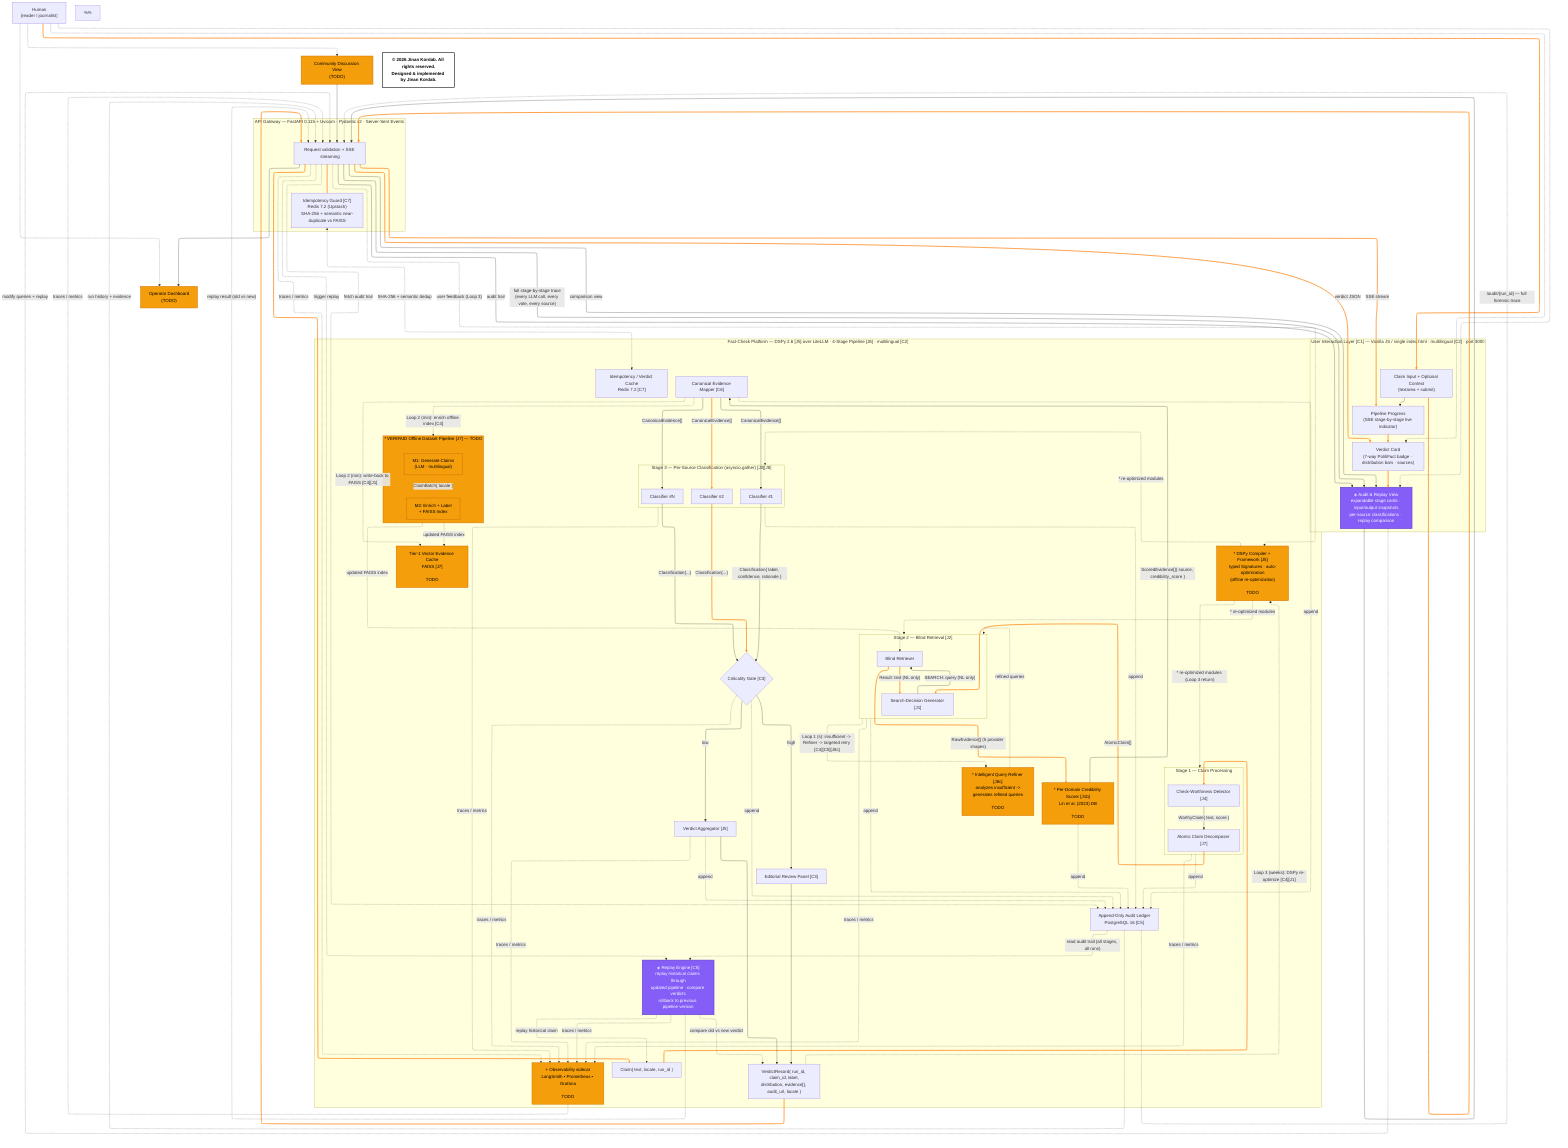
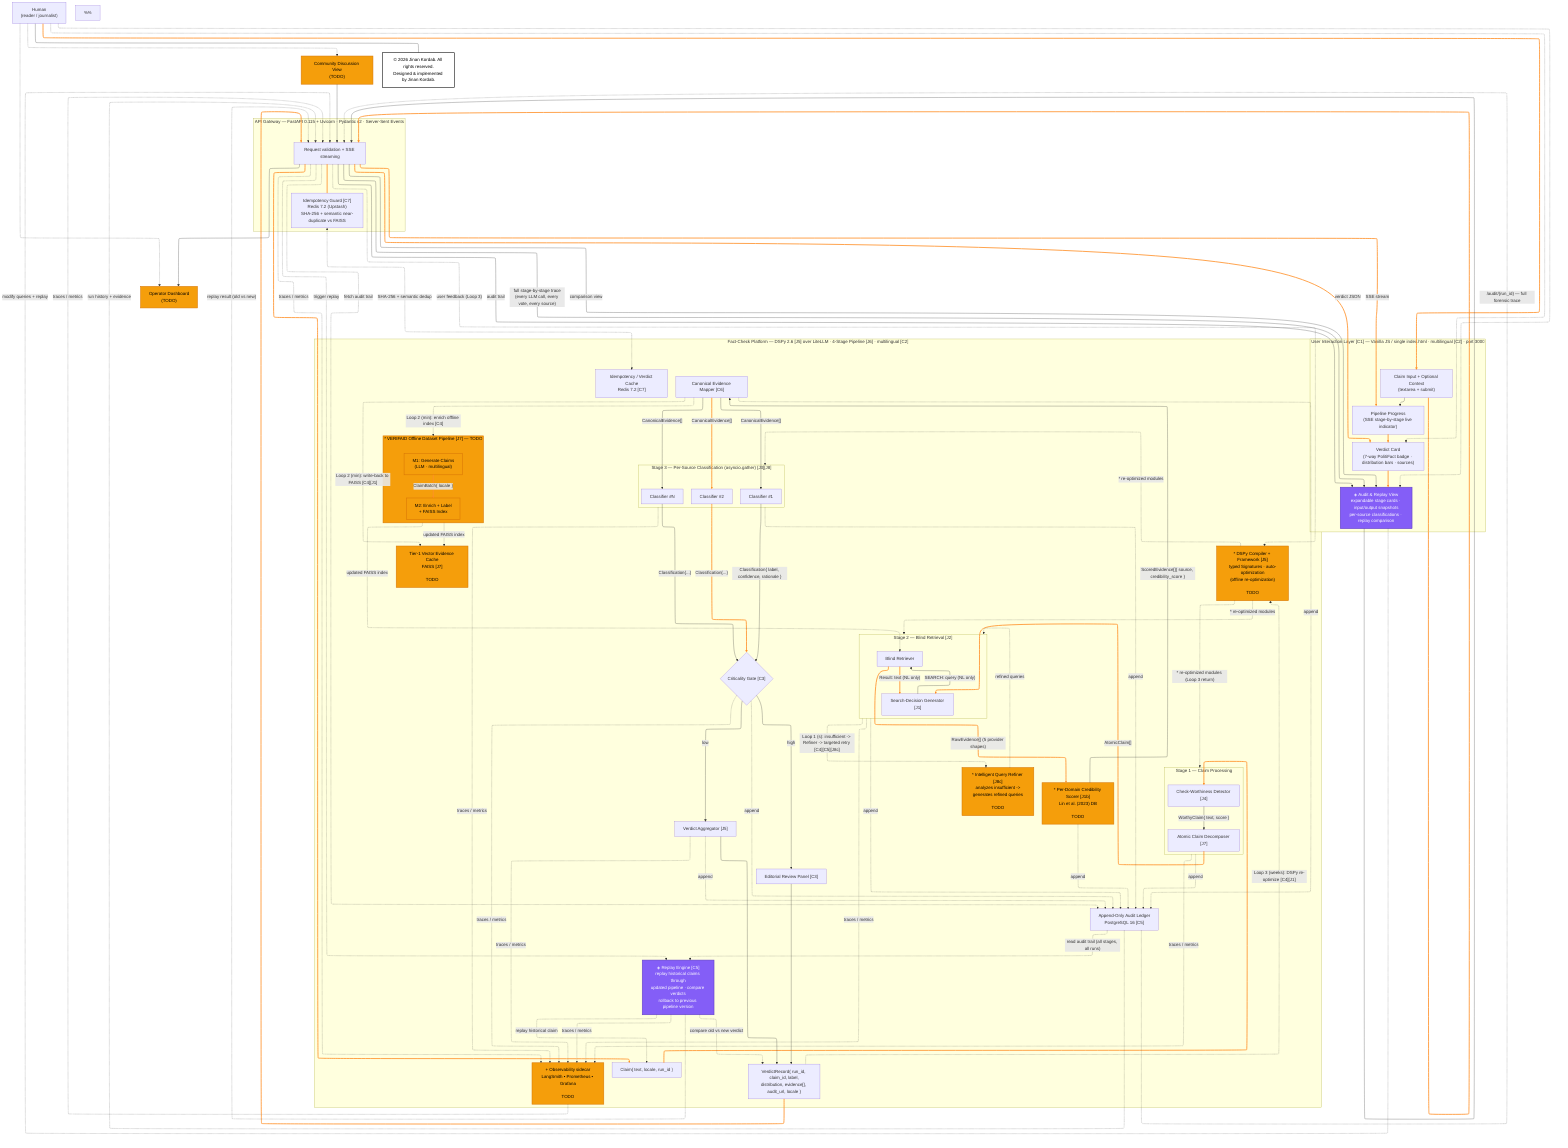
---
config:
  layout: elk
---
flowchart TB
  %% ═══════════════════════════════════════════════════════════
  %% OUTER LAYER 1 — USER (from Levels 0, 0.1)
  %% ═══════════════════════════════════════════════════════════
  H["Human<br/>(reader / journalist)"]

  %% ═══════════════════════════════════════════════════════════
  %% OUTER LAYER 2 — USER INTERACTION LAYER
  %%   Single-page vanilla JS (index.html) · EN/FR toggle [C2]
  %%   Served via Python http.server on port 3000
  %% ═══════════════════════════════════════════════════════════
  subgraph UIL["User Interaction Layer [C1] — Vanilla JS / single index.html · multilingual [C2] · port 3000"]
    UI_CLAIM["Claim Input + Optional Context<br/>(textarea + submit)"]
    UI_PROGRESS["Pipeline Progress<br/>(SSE stage-by-stage live indicator)"]
    UI_VERDICT["Verdict Card<br/>(7-way PolitiFact badge · distribution bars · sources)"]
    UI_AUDIT["◈ Audit & Replay View<br/>expandable stage cards · input/output snapshots<br/>per-source classifications · replay comparison"]
    UI_CLAIM --> UI_PROGRESS --> UI_VERDICT
    UI_VERDICT --> UI_AUDIT
  end

  %% ═══════════════════════════════════════════════════════════
  %% OUTER LAYER 3 — API GATEWAY (from Levels 0.2, 0.3)
  %%   Request validation, SSE streaming, idempotency [C7]
  %% ═══════════════════════════════════════════════════════════
  subgraph GW["API Gateway — FastAPI 0.115 + Uvicorn · Pydantic v2 · Server-Sent Events"]
    API["Request validation + SSE streaming"]
    IDEMP["Idempotency Guard [C7]<br/>Redis 7.2 (Upstash)<br/>SHA-256 + semantic near-duplicate vs FAISS"]
    API --- IDEMP
  end

  %% ═══════════════════════════════════════════════════════════
  %% CORE — FULL PIPELINE (from Levels 1 through 2.6)
  %%   Every architectural jewel from selected-jewels.md
  %%   Every cross-cutting change [C1]–[C7]
  %% ═══════════════════════════════════════════════════════════
  subgraph PIPE["Fact-Check Platform — DSPy 2.6 [J5] over LiteLLM · 4-Stage Pipeline [J6] · multilingual [C2]"]
    L26_IN["Claim{ text, locale, run_id }"]
    subgraph L26_S1["Stage 1 — Claim Processing"]
      L26_S1a["Check-Worthiness Detector [J4]"]
      L26_S1b["Atomic Claim Decomposer [J7]"]
      L26_S1a -- "WorthyClaim{ text, score }" --> L26_S1b
    end
    subgraph L26_S2["Stage 2 — Blind Retrieval [J2]"]
      L26_GEN["Search-Decision Generator [J1]"]
      L26_RET["Blind Retriever"]
      L26_GEN -- "SEARCH: query (NL only)" --> L26_RET
      L26_RET -- "Result: text (NL only)" --> L26_GEN
    end
    L26_CRED["* Per-Domain Credibility Scorer [J1b]<br/>Lin et al. (2023) DB<br/><br/>TODO"]
    L26_REFINE["* Intelligent Query Refiner [J8c]<br/>analyzes insufficient -><br/>generates refined queries<br/><br/>TODO"]
    L26_MAP["Canonical Evidence Mapper [C6]"]
    subgraph L26_S3["Stage 3 — Per-Source Classification (asyncio.gather) [J3][J8]"]
      L26_F1["Classifier #1"]
      L26_F2["Classifier #2"]
      L26_FN["Classifier #N"]
    end
    L26_CG{"Criticality Gate [C3]"}
    L26_VA["Verdict Aggregator [J5]"]
    L26_HR["Editorial Review Panel [C3]"]
    subgraph L26_OFF["* VERIFAID Offline Dataset Pipeline [J7] — TODO"]
      L26_OFF_M1["M1: Generate Claims<br/>(LLM · multilingual)"]
      L26_OFF_M2["M2: Enrich + Label<br/>+ FAISS Index"]
      L26_OFF_M1 -- "ClaimBatch{ locale }" --> L26_OFF_M2
    end
    L26_OUT["VerdictRecord{ run_id, claim_id, label,<br/>distribution, evidence[], audit_url, locale }"]
    L26_PG["Append-Only Audit Ledger<br/>PostgreSQL 16 [C5]"]
    L26_FAISS["Tier-1 Vector Evidence Cache<br/>FAISS [J7]<br/><br/>TODO"]
    L26_REDIS["Idempotency / Verdict Cache<br/>Redis 7.2 [C7]"]
    L26_DSPY["* DSPy Compiler + Framework [J5]<br/>typed Signatures · auto-optimization<br/>(offline re-optimization)<br/><br/>TODO"]
    L26_OBS["+ Observability sidecar<br/>LangSmith • Prometheus • Grafana<br/><br/>TODO"]
    L26_REPLAY["◈ Replay Engine [C5]<br/>replay historical claims through<br/>updated pipeline · compare verdicts<br/>rollback to previous pipeline version"]

    %% --- Pipeline internal edges (from Level 2.6) ---
    L26_IN --> L26_S1a
    L26_S1b -- "AtomicClaim[]" --> L26_GEN
    L26_RET -- "RawEvidence[] (5 provider shapes)" --> L26_CRED
    L26_CRED -- "ScoredEvidence[]{ source, credibility_score }" --> L26_MAP
    L26_MAP -- "CanonicalEvidence[]" --> L26_F1
    L26_MAP -- "CanonicalEvidence[]" --> L26_F2
    L26_MAP -- "CanonicalEvidence[]" --> L26_FN
    L26_F1 -- "Classification{ label, confidence, rationale }" --> L26_CG
    L26_F2 -- "Classification{...}" --> L26_CG
    L26_FN -- "Classification{...}" --> L26_CG
    L26_CG -- low --> L26_VA --> L26_OUT
    L26_CG -- high --> L26_HR --> L26_OUT

    %% --- Persistence write points ---
    L26_S1 -. append .-> L26_PG
    L26_S2 -. append .-> L26_PG
    L26_CRED -. append .-> L26_PG
    L26_MAP -. append .-> L26_PG
    L26_S3 -. append .-> L26_PG
    L26_CG -. append .-> L26_PG
    L26_VA -. append .-> L26_PG

    %% --- Feedback loops ---
    L26_S2 -. "Loop 1 (s): insufficient -> Refiner -> targeted retry [C4][C5][J8c]" .-> L26_REFINE
    L26_REFINE -. "refined queries" .-> L26_S2
    L26_MAP -. "Loop 2 (min): write-back to FAISS [C4][J1]" .-> L26_FAISS
    L26_MAP -. "Loop 2 (min): enrich offline index [C4]" .-> L26_OFF
    L26_OFF -. "updated FAISS index" .-> L26_FAISS
    L26_OFF -. "updated FAISS index" .-> L26_RET
    L26_OUT -. "Loop 3 (weeks): DSPy re-optimize [C4][J1]" .-> L26_DSPY
    L26_DSPY -. "* re-optimized modules (Loop 3 return)" .-> L26_S1
    L26_DSPY -. "* re-optimized modules" .-> L26_S2
    L26_DSPY -. "* re-optimized modules" .-> L26_S3

    %% --- Replay capability (time-travel) ---
    L26_PG -. "read audit trail (all stages, all runs)" .-> L26_REPLAY
    L26_REPLAY -. "replay historical claim" .-> L26_IN
    L26_REPLAY -. "compare old vs new verdict" .-> L26_OUT

    %% --- Observability ---
    L26_S1 -. traces / metrics .-> L26_OBS
    L26_S2 -. traces / metrics .-> L26_OBS
    L26_S3 -. traces / metrics .-> L26_OBS
    L26_CG -. traces / metrics .-> L26_OBS
    L26_VA -. traces / metrics .-> L26_OBS
    L26_REPLAY -. traces / metrics .-> L26_OBS
  end

  %% ═══════════════════════════════════════════════════════════
  %% EDGES — OUTER LAYERS ↔ PIPELINE
  %%   These are the connections established in Levels 0-1
  %%   that were invisible in the LEVEL26 deep zoom
  %% ═══════════════════════════════════════════════════════════

  %% Request path: Human → UI → Gateway → Pipeline
  H --> UI_CLAIM
  UI_CLAIM --> API
  API --> L26_IN

  %% Response path: Pipeline → Gateway → UI → Human
  L26_OUT --> API
  API -- "SSE stream" --> UI_PROGRESS
  API -- "verdict JSON" --> UI_VERDICT
  H -.-> UI_VERDICT

  %% Audit trail read path: Journalists / users access immutable ledger
  L26_PG -. "/audit/{run_id} — full forensic trace" .-> API
  API -- "audit trail" --> UI_AUDIT

  %% Audit & Replay View (full replay user interface)
  H -.-> UI_AUDIT
  UI_AUDIT --> API
  API -- "full stage-by-stage trace<br/>(every LLM call, every vote, every source)" --> UI_AUDIT
  API -. "fetch audit trail" .-> L26_PG
  L26_PG -. "run history + evidence" .-> API
  UI_AUDIT -. "modify queries + replay" .-> API
  API -. "trigger replay" .-> L26_REPLAY
  L26_REPLAY -. "replay result (old vs new)" .-> API
  API -- "comparison view" --> UI_AUDIT

  %% Community discussion / Operator dashboard — PLANNED (TODO)
  UI3_TODO["Community Discussion View<br/>(TODO)"]
  UI4_TODO["Operator Dashboard<br/>(TODO)"]
  H -.-> UI3_TODO
  H -.-> UI4_TODO
  UI3_TODO --> API
  L26_OBS -. "traces / metrics" .-> API
  API --> UI4_TODO
  API -. "user feedback (Loop 3)" .-> L26_DSPY

  %% Gateway idempotency ↔ Redis verdict cache (same Redis instance)
  IDEMP <-. "SHA-256 + semantic dedup" .-> L26_REDIS

  %% Gateway observability
  API -. traces / metrics .-> L26_OBS

  %% ═══════════════════════════════════════════════════════════
  %% COLOR CODING
  %%   🟢 Green = implemented & working
  %%   🟡 Yellow/amber = partially implemented (stub exists)
  %%   🔵 Purple = replay capability
  %%   TODO markers on items planned for future phases
  %% ═══════════════════════════════════════════════════════════
  classDef implemented fill:#2f9e44,stroke:#1b6e2b,color:#fff,stroke-width:2px
  classDef todo fill:#f59e0b,stroke:#d97706,color:#000,stroke-width:2px
  classDef replay fill:#845ef7,stroke:#5f3dc4,color:#fff,stroke-width:2px
  class L26_CRED,L26_REFINE,L26_OFF,L26_OFF_M1,L26_OFF_M2,L26_DSPY,L26_FAISS,L26_OBS,UI3_TODO,UI4_TODO todo
  class L26_REPLAY,UI_AUDIT replay

  %% ═══════════════════════════════════════════════════════════
  %% HAPPY PATH — single claim submission → verdict response
  %%   🟠 Orange trace: follow one claim end-to-end
  %% ═══════════════════════════════════════════════════════════
  linkStyle 48 stroke:#ff922b,stroke-width:3px
  linkStyle 49 stroke:#ff922b,stroke-width:3px
  linkStyle 50 stroke:#ff922b,stroke-width:3px
  linkStyle 6 stroke:#ff922b,stroke-width:3px
  linkStyle 1 stroke:#ff922b,stroke-width:3px
  linkStyle 7 stroke:#ff922b,stroke-width:3px
  linkStyle 2 stroke:#ff922b,stroke-width:3px
  linkStyle 3 stroke:#ff922b,stroke-width:3px
  linkStyle 8 stroke:#ff922b,stroke-width:3px
  linkStyle 9 stroke:#ff922b,stroke-width:3px

  %% ═══════════════════════════════════════════════════════════
  %% COPYRIGHT
  %% ═══════════════════════════════════════════════════════════
-   COPYRIGHT["<b>© 2026 Jinan Kordab. All rights reserved.<br/>Designed &amp; implemented by Jinan Kordab.</b>"]
-   H ~~~ COPYRIGHT
-   classDef copyright fill:#ffffff,stroke:#000000,color:#000000,stroke-width:2px,font-weight:bold
+   COPYRIGHT["© 2026 Jinan Kordab. All rights reserved.<br>Designed & implemented by Jinan Kordab."]
+   H --- COPYRIGHT
+   classDef copyright fill:#ffffff,stroke:#000000,color:#000000,stroke-width:2px
  class COPYRIGHT copyright
  linkStyle 10 stroke:#ff922b,stroke-width:3px
  linkStyle 13 stroke:#ff922b,stroke-width:3px
  linkStyle 16 stroke:#ff922b,stroke-width:3px
  linkStyle 51 stroke:#ff922b,stroke-width:3px
  linkStyle 52 stroke:#ff922b,stroke-width:3px
  linkStyle 53 stroke:#ff922b,stroke-width:3px

  %% ═══════════════════════════════════════════════════════════
  %% [C2] MULTILINGUAL — CANADA-ONLY TARGET (May 2026)
  %% ─────────────────────────────────────────────
  %% Single 🌐 EN↔FR toggle in nav bar. Jotai localeAtom.
  %% BOTH locales target CANADA (gl=ca, cr=countryCA):
  %%
  %% FRENCH (fr) → Quebec Provincial Elections
  %%   • Search: Radio-Canada, La Presse, Le Devoir, TVA, JdM
  %%   • Verdict: VRAI, PLUTÔT VRAI, MI-VRAI, PLUTÔT FAUX, FAUX, FAUX ABSOLU, INVÉRIFIABLE
  %%   • Criticality: élection, impôt, legault, loi 101, laïcité, référendum...
  %%   • Domains: 16 QC sources + Élections Québec, Assemblée nationale
  %%
  %% ENGLISH (en) → Canadian Federal Elections
  %%   • Search: CBC, Globe and Mail, Toronto Star, CTV, Global, National Post
  %%   • Verdict: TRUE → PANTS ON FIRE + UNVERIFIABLE
  %%   • Criticality: parliament, riding, mp, trudeau, poilievre, carbon tax...
  %%   • Domains: 16 CA sources + Elections Canada, Parliament of Canada
  %%
  %% US REGION REMOVED — platform targets Canada elections only.
  %% ═══════════════════════════════════════════════════════════
